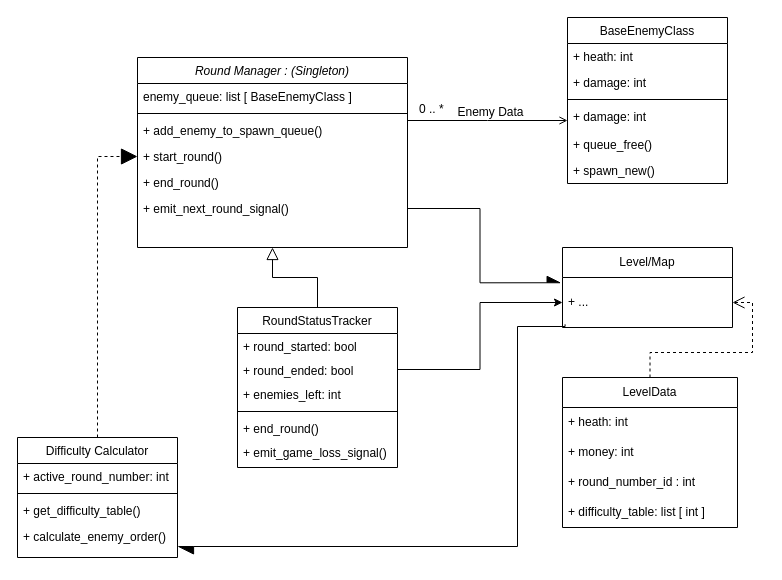
Above: Docs/Nathan/class_diagram.drawio in flightcontrol40/CS-383-Project (draw.io), before the change. Source tidied: cells renumbered, new cells numbered last; positions are measured from the earlier drawing's top-left corner, leaving out a move shared by most shapes. Both pictures are drawn from the tidied source at 100%, with x=0, y=0 at pixel (17, 17).
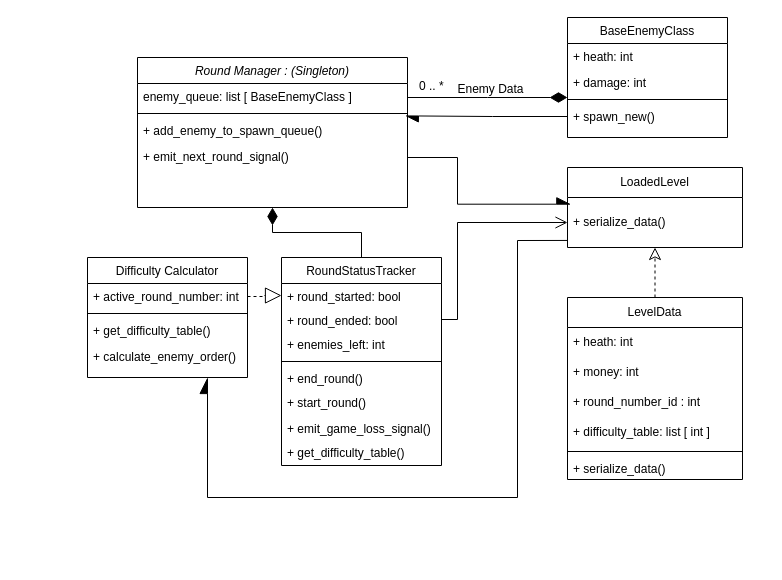
After the change.

Commit message (it also covers changes not shown here):
Updated Diagrams, Added SA presentation, Added new gitignore rule

The change refers to these unchanged cells:
```xml
<mxCell id="5" value="+ add_enemy_to_spawn_queue()" style="text;align=left;verticalAlign=top;spacingLeft=4;spacingRight=4;overflow=hidden;points=[[0,0.5],[1,0.5]];portConstraint=eastwest;rounded=0;shadow=0;html=0;" parent="2" vertex="1">
  <mxGeometry y="60" width="270" height="26" as="geometry" />
</mxCell>
<mxCell id="10" value="+ active_round_number: int" style="text;align=left;verticalAlign=top;spacingLeft=4;spacingRight=4;overflow=hidden;points=[[0,0.5],[1,0.5]];portConstraint=eastwest;" parent="9" vertex="1">
  <mxGeometry y="26" width="160" height="26" as="geometry" />
</mxCell>
<mxCell id="13" value="+ calculate_enemy_order()" style="text;align=left;verticalAlign=top;spacingLeft=4;spacingRight=4;overflow=hidden;points=[[0,0.5],[1,0.5]];portConstraint=eastwest;rounded=0;shadow=0;html=0;" parent="9" vertex="1">
  <mxGeometry y="86" width="160" height="26" as="geometry" />
</mxCell>
<mxCell id="15" value="+ round_started: bool" style="text;align=left;verticalAlign=top;spacingLeft=4;spacingRight=4;overflow=hidden;points=[[0,0.5],[1,0.5]];portConstraint=eastwest;" parent="14" vertex="1">
  <mxGeometry y="26" width="160" height="24" as="geometry" />
</mxCell>
<mxCell id="16" value="+ round_ended: bool" style="text;align=left;verticalAlign=top;spacingLeft=4;spacingRight=4;overflow=hidden;points=[[0,0.5],[1,0.5]];portConstraint=eastwest;" parent="14" vertex="1">
  <mxGeometry y="50" width="160" height="24" as="geometry" />
</mxCell>
```

What changed in the source:
```diff
@@
     <mxCell id="2" value="Round Manager : (Singleton)" style="swimlane;fontStyle=2;align=center;verticalAlign=top;horizontal=1;startSize=26;rounded=0;shadow=0;strokeWidth=1;" parent="1" vertex="1">
-      <mxGeometry x="120" y="40" width="270" height="190" as="geometry" />
+      <mxGeometry x="120" y="40" width="270" height="150" as="geometry" />
     </mxCell>
@@
-    <mxCell id="6" value="+ start_round()" style="text;align=left;verticalAlign=top;spacingLeft=4;spacingRight=4;overflow=hidden;points=[[0,0.5],[1,0.5]];portConstraint=eastwest;rounded=0;shadow=0;html=0;" parent="2" vertex="1">
-      <mxGeometry y="86" width="270" height="26" as="geometry" />
-    </mxCell>
-    <mxCell id="7" value="+ end_round()" style="text;align=left;verticalAlign=top;spacingLeft=4;spacingRight=4;overflow=hidden;rounded=0;shadow=0;html=0;" parent="2" vertex="1">
-      <mxGeometry y="112" width="270" height="26" as="geometry" />
-    </mxCell>
     <mxCell id="8" value="+ emit_next_round_signal()" style="text;align=left;verticalAlign=top;spacingLeft=4;spacingRight=4;overflow=hidden;points=[[0,0.5],[1,0.5]];portConstraint=eastwest;rounded=0;shadow=0;html=0;" parent="2" vertex="1">
-      <mxGeometry y="138" width="270" height="26" as="geometry" />
+      <mxGeometry y="86" width="270" height="26" as="geometry" />
     </mxCell>
     <mxCell id="9" value="Difficulty Calculator" style="swimlane;fontStyle=0;align=center;verticalAlign=top;horizontal=1;startSize=26;rounded=0;shadow=0;strokeWidth=1;" parent="1" vertex="1">
-      <mxGeometry y="420" width="160" height="120" as="geometry" />
+      <mxGeometry x="70" y="240" width="160" height="120" as="geometry" />
     </mxCell>
@@
     <mxCell id="14" value="RoundStatusTracker" style="swimlane;fontStyle=0;align=center;verticalAlign=top;horizontal=1;startSize=26;rounded=0;shadow=0;strokeWidth=1;" parent="1" vertex="1">
-      <mxGeometry x="220" y="290" width="160" height="160" as="geometry" />
+      <mxGeometry x="264" y="240" width="160" height="208" as="geometry" />
     </mxCell>
@@
+    <mxCell id="6" value="+ start_round()" style="text;align=left;verticalAlign=top;spacingLeft=4;spacingRight=4;overflow=hidden;points=[[0,0.5],[1,0.5]];portConstraint=eastwest;rounded=0;shadow=0;html=0;" parent="14" vertex="1">
+      <mxGeometry y="132" width="160" height="26" as="geometry" />
+    </mxCell>
     <mxCell id="20" value="+ emit_game_loss_signal()" style="text;align=left;verticalAlign=top;spacingLeft=4;spacingRight=4;overflow=hidden;" parent="14" vertex="1">
-      <mxGeometry y="132" width="160" height="24" as="geometry" />
+      <mxGeometry y="158" width="160" height="24" as="geometry" />
     </mxCell>
+    <mxCell id="44" value="+ get_difficulty_table()" style="text;align=left;verticalAlign=top;spacingLeft=4;spacingRight=4;overflow=hidden;rounded=0;shadow=0;html=0;" parent="14" vertex="1">
+      <mxGeometry y="182" width="160" height="26" as="geometry" />
+    </mxCell>
-    <mxCell id="21" style="endArrow=block;endSize=10;endFill=0;shadow=0;strokeWidth=1;rounded=0;curved=0;edgeStyle=elbowEdgeStyle;elbow=vertical;" parent="1" edge="1" source="14" target="2">
+    <mxCell id="21" style="endArrow=diamondThin;endSize=15;endFill=1;shadow=0;strokeWidth=1;rounded=0;curved=0;edgeStyle=elbowEdgeStyle;elbow=vertical;" parent="1" edge="1" source="14" target="2">
       <mxGeometry relative="1" as="geometry" />
     </mxCell>
     <mxCell id="22" value="BaseEnemyClass" style="swimlane;fontStyle=0;align=center;verticalAlign=top;horizontal=1;startSize=26;rounded=0;shadow=0;strokeWidth=1;" parent="1" vertex="1">
-      <mxGeometry x="550" width="160" height="166" as="geometry" />
+      <mxGeometry x="550" width="160" height="120" as="geometry" />
     </mxCell>
@@
-    <mxCell id="26" value="+ damage: int" style="text;align=left;verticalAlign=top;spacingLeft=4;spacingRight=4;overflow=hidden;rounded=0;shadow=0;html=0;" parent="22" vertex="1">
-      <mxGeometry y="86" width="160" height="28" as="geometry" />
-    </mxCell>
-    <mxCell id="27" value="+ queue_free()" style="text;align=left;verticalAlign=top;spacingLeft=4;spacingRight=4;overflow=hidden;" parent="22" vertex="1">
-      <mxGeometry y="114" width="160" height="26" as="geometry" />
-    </mxCell>
     <mxCell id="28" value="+ spawn_new()" style="text;align=left;verticalAlign=top;spacingLeft=4;spacingRight=4;overflow=hidden;points=[[0,0.5],[1,0.5]];portConstraint=eastwest;" parent="22" vertex="1">
-      <mxGeometry y="140" width="160" height="26" as="geometry" />
+      <mxGeometry y="86" width="160" height="26" as="geometry" />
     </mxCell>
-    <mxCell id="29" style="endArrow=open;shadow=0;strokeWidth=1;rounded=0;curved=0;endFill=1;edgeStyle=elbowEdgeStyle;elbow=vertical;" parent="1" edge="1" source="2" target="22">
+    <mxCell id="29" style="endArrow=diamondThin;shadow=0;strokeWidth=1;rounded=0;curved=0;endFill=1;edgeStyle=elbowEdgeStyle;elbow=vertical;endSize=15;" parent="1" edge="1" source="2" target="22">
       <mxGeometry x="0.5" y="41" relative="1" as="geometry">
         <mxPoint x="-40" y="32" as="offset" />
       </mxGeometry>
     </mxCell>
@@
-    <mxCell id="32" value="Level/Map" style="swimlane;fontStyle=0;horizontal=1;startSize=30;whiteSpace=wrap;html=1;" parent="1" vertex="1">
-      <mxGeometry x="545" y="230" width="170" height="80" as="geometry" />
+    <mxCell id="32" value="LoadedLevel" style="swimlane;fontStyle=0;horizontal=1;startSize=30;whiteSpace=wrap;html=1;" parent="1" vertex="1">
+      <mxGeometry x="550" y="150" width="175" height="80" as="geometry" />
     </mxCell>
-    <mxCell id="33" value="+ ..." style="text;strokeColor=none;fillColor=none;align=left;verticalAlign=middle;spacingLeft=4;spacingRight=4;overflow=hidden;points=[[0,0.5],[1,0.5]];portConstraint=eastwest;whiteSpace=wrap;html=1;" parent="32" vertex="1">
-      <mxGeometry y="30" width="170" height="50" as="geometry" />
-    </mxCell>
+    <mxCell id="45" value="+ serialize_data()" style="text;strokeColor=none;fillColor=none;align=left;verticalAlign=middle;spacingLeft=4;spacingRight=4;overflow=hidden;points=[[0,0.5],[1,0.5]];portConstraint=eastwest;whiteSpace=wrap;html=1;" parent="32" vertex="1">
+      <mxGeometry y="30" width="175" height="50" as="geometry" />
+    </mxCell>
-    <mxCell id="34" style="endArrow=block;html=1;rounded=0;exitX=0.5;exitY=0;exitDx=0;exitDy=0;entryX=0;entryY=0.5;entryDx=0;entryDy=0;edgeStyle=orthogonalEdgeStyle;endFill=1;strokeWidth=1;endSize=14;dashed=1;" parent="1" edge="1" source="9" target="6">
+    <mxCell id="34" style="endArrow=block;html=1;rounded=0;exitX=1;exitY=0.5;exitDx=0;exitDy=0;entryX=0;entryY=0.5;entryDx=0;entryDy=0;edgeStyle=orthogonalEdgeStyle;endFill=0;strokeWidth=1;endSize=14;dashed=1;" parent="1" edge="1" source="10" target="15">
       <mxGeometry relative="1" as="geometry" />
     </mxCell>
-    <mxCell id="35" style="edgeStyle=orthogonalEdgeStyle;rounded=0;jettySize=auto;html=1;exitX=1;exitY=0.5;exitDx=0;exitDy=0;entryX=0;entryY=0.5;entryDx=0;entryDy=0;" parent="1" edge="1" source="16" target="33">
-      <mxGeometry relative="1" as="geometry" />
+    <mxCell id="35" style="edgeStyle=orthogonalEdgeStyle;rounded=0;jettySize=auto;html=1;exitX=1;exitY=0.5;exitDx=0;exitDy=0;entryX=0;entryY=0.5;entryDx=0;entryDy=0;endArrow=open;endFill=0;endSize=10;" parent="1" edge="1" source="16" target="45">
+      <mxGeometry relative="1" as="geometry">
+        <Array as="points">
+          <mxPoint x="440" y="302" />
+          <mxPoint x="440" y="205" />
+        </Array>
+      </mxGeometry>
     </mxCell>
-    <mxCell id="36" style="edgeStyle=orthogonalEdgeStyle;rounded=0;jettySize=auto;html=1;exitX=0.015;exitY=0.936;exitDx=0;exitDy=0;endArrow=async;endFill=1;endSize=14;exitPerimeter=0;" parent="1" edge="1" source="33" target="13">
+    <mxCell id="36" style="edgeStyle=orthogonalEdgeStyle;rounded=0;jettySize=auto;html=1;endArrow=async;endFill=1;endSize=14;exitX=-0.002;exitY=0.859;exitDx=0;exitDy=0;exitPerimeter=0;entryX=0.75;entryY=1;entryDx=0;entryDy=0;" parent="1" edge="1" source="45" target="9">
       <mxGeometry relative="1" as="geometry">
         <Array as="points">
-          <mxPoint x="548" y="309" />
-          <mxPoint x="500" y="309" />
-          <mxPoint x="500" y="529" />
+          <mxPoint x="500" y="223" />
+          <mxPoint x="500" y="480" />
+          <mxPoint x="190" y="480" />
         </Array>
       </mxGeometry>
     </mxCell>
-    <mxCell id="37" style="edgeStyle=orthogonalEdgeStyle;rounded=0;jettySize=auto;html=1;exitX=1;exitY=0.5;exitDx=0;exitDy=0;endSize=12;endArrow=async;endFill=1;entryX=-0.008;entryY=0.105;entryDx=0;entryDy=0;entryPerimeter=0;" parent="1" edge="1" source="8" target="33">
-      <mxGeometry relative="1" as="geometry" />
+    <mxCell id="37" style="edgeStyle=orthogonalEdgeStyle;rounded=0;jettySize=auto;html=1;exitX=1;exitY=0.5;exitDx=0;exitDy=0;endSize=12;endArrow=async;endFill=1;entryX=0.019;entryY=0.134;entryDx=0;entryDy=0;entryPerimeter=0;" parent="1" edge="1" source="8" target="45">
+      <mxGeometry relative="1" as="geometry">
+        <Array as="points">
+          <mxPoint x="390" y="140" />
+          <mxPoint x="440" y="140" />
+          <mxPoint x="440" y="187" />
+        </Array>
+      </mxGeometry>
     </mxCell>
-    <mxCell id="38" style="edgeStyle=orthogonalEdgeStyle;rounded=0;jettySize=auto;html=1;exitX=0.5;exitY=0;exitDx=0;exitDy=0;entryX=1;entryY=0.5;entryDx=0;entryDy=0;endArrow=open;endFill=0;dashed=1;endSize=10;" parent="1" edge="1" source="39" target="33">
-      <mxGeometry relative="1" as="geometry" />
-    </mxCell>
-    <mxCell id="39" value="LevelData" style="swimlane;fontStyle=0;horizontal=1;startSize=30;whiteSpace=wrap;html=1;" parent="1" vertex="1">
-      <mxGeometry x="545" y="360" width="175" height="150" as="geometry" />
+    <mxCell id="39" value="&lt;div&gt;LevelData&lt;br&gt;&lt;/div&gt;" style="swimlane;fontStyle=0;horizontal=1;startSize=30;whiteSpace=wrap;html=1;" parent="1" vertex="1">
+      <mxGeometry x="550" y="280" width="175" height="182" as="geometry" />
     </mxCell>
@@
+    <mxCell id="46" style="line;html=1;strokeWidth=1;align=left;verticalAlign=middle;spacingTop=-1;spacingLeft=3;spacingRight=3;labelPosition=right;" parent="39" vertex="1">
+      <mxGeometry y="150" width="175" height="8" as="geometry" />
+    </mxCell>
+    <mxCell id="47" value="+ serialize_data()" style="text;align=left;verticalAlign=top;spacingLeft=4;spacingRight=4;overflow=hidden;" parent="39" vertex="1">
+      <mxGeometry y="158" width="175" height="24" as="geometry" />
+    </mxCell>
+    <mxCell id="48" style="edgeStyle=orthogonalEdgeStyle;rounded=0;jettySize=auto;html=1;exitX=0;exitY=0.5;exitDx=0;exitDy=0;entryX=0.992;entryY=-0.062;entryDx=0;entryDy=0;entryPerimeter=0;endArrow=async;endFill=1;strokeWidth=1;endSize=11;" parent="1" edge="1" source="28" target="5">
+      <mxGeometry relative="1" as="geometry" />
+    </mxCell>
+    <mxCell id="49" style="edgeStyle=orthogonalEdgeStyle;rounded=0;jettySize=auto;html=1;entryX=0.5;entryY=1;entryDx=0;entryDy=0;entryPerimeter=0;endArrow=classic;endFill=0;dashed=1;endSize=10;" parent="1" edge="1" source="39" target="45">
+      <mxGeometry relative="1" as="geometry" />
+    </mxCell>
```
